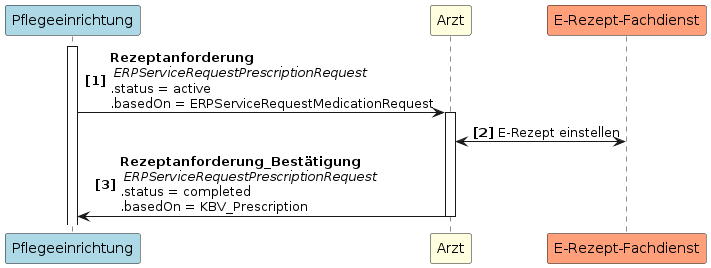
Earlier version of the PlantUML export guides/ig-rezeptanforderung/images/puml_images/UC3.png (gematik/spec-E-Rezept-ServiceRequest).
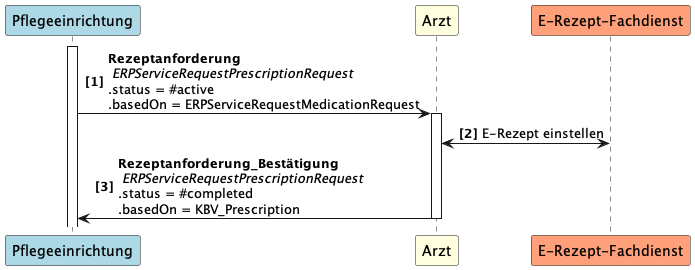
The same file after the commit.

Diff of the diagram source:
```diff
@@ -5,7 +5,7 @@
 participant "E-Rezept-Fachdienst" as FD #LightSalmon
 
 activate PE
-PE -> A++: <b>Rezeptanforderung\n <i>ERPServiceRequestPrescriptionRequest  \n.status = active \n.basedOn = ERPServiceRequestMedicationRequest
+PE -> A++: <b>Rezeptanforderung\n <i>ERPServiceRequestPrescriptionRequest  \n.status = #active \n.basedOn = ERPServiceRequestMedicationRequest
 A <-> FD: E-Rezept einstellen
-A -> PE--: <b>Rezeptanforderung_Bestätigung\n <i>ERPServiceRequestPrescriptionRequest  \n.status = completed \n.basedOn = KBV_Prescription
+A -> PE--: <b>Rezeptanforderung_Bestätigung\n <i>ERPServiceRequestPrescriptionRequest  \n.status = #completed \n.basedOn = KBV_Prescription
 @enduml
```
